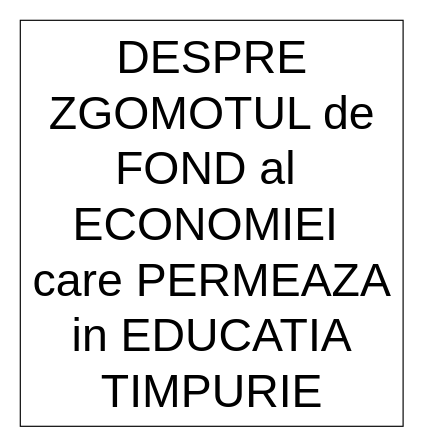
Earlier version of the draw.io diagram 41ED81AE-59B6-4FD9-A2C6-6D22BF1FD94C_1_201_a.drawio.xml (sheeperoni/Diagrams). Source tidied: cells renumbered, new cells numbered last; positions are measured from the earlier drawing's top-left corner, leaving out a move shared by most shapes. Both pictures are drawn from the tidied source at 116%, with x=0, y=0 at pixel (20, 20).
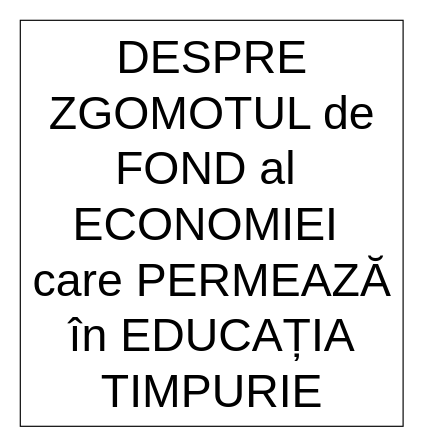
The same page after the edit.

The edit, as a diff of the source:
```diff
@@
 <mxGraphModel>
   <root>
     <mxCell id="0" />
     <mxCell id="1" parent="0" />
-    <mxCell id="2" value="&lt;font style=&quot;font-size: 40px&quot;&gt;DESPRE&lt;br&gt;ZGOMOTUL de&lt;br&gt;FOND al&amp;nbsp;&lt;br&gt;ECONOMIEI&amp;nbsp;&lt;br&gt;care PERMEAZA&lt;br&gt;in EDUCATIA&lt;br&gt;TIMPURIE&lt;br&gt;&lt;/font&gt;" style="text;html=1;align=center;verticalAlign=middle;strokeColor=none;fillColor=none;" parent="1" vertex="1">
+    <mxCell id="2" value="&lt;font style=&quot;font-size: 40px&quot;&gt;DESPRE&lt;br&gt;ZGOMOTUL de&lt;br&gt;FOND al&amp;nbsp;&lt;br&gt;ECONOMIEI&amp;nbsp;&lt;br&gt;care PERMEAZĂ&lt;br&gt;în EDUCAȚIA&lt;br&gt;TIMPURIE&lt;br&gt;&lt;/font&gt;" style="text;html=1;align=center;verticalAlign=middle;strokeColor=none;fillColor=none;" parent="1" vertex="1">
       <mxGeometry x="5" y="90" width="320" height="170" as="geometry" />
     </mxCell>
     <mxCell id="3" style="rounded=0;whiteSpace=wrap;html=1;fontSize=40;fillColor=none;" parent="1" vertex="1">
       <mxGeometry width="330" height="350" as="geometry" />
     </mxCell>
   </root>
 </mxGraphModel>
```
